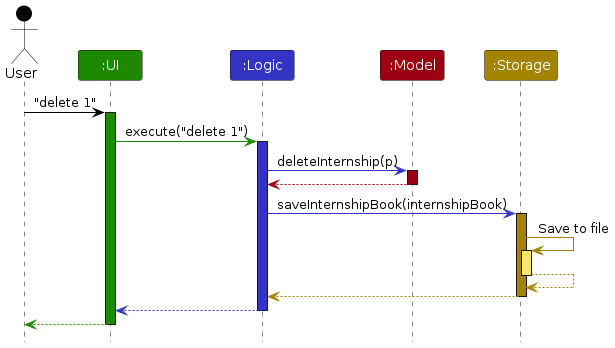
Above: diagrams/ArchitectureSequenceDiagram.png in AY2324S1-CS2103T-W17-1/tp (PlantUML), before the change. Its source is kept beside it as diagrams/ArchitectureSequenceDiagram.puml. Source of this version:
```plantuml
@startuml
!include style.puml
skinparam ArrowFontStyle plain

Actor User as user USER_COLOR
Participant ":UI" as ui UI_COLOR
Participant ":Logic" as logic LOGIC_COLOR
Participant ":Model" as model MODEL_COLOR
Participant ":Storage" as storage STORAGE_COLOR

user -[USER_COLOR]> ui : "delete 1"
activate ui UI_COLOR

ui -[UI_COLOR]> logic : execute("delete 1")
activate logic LOGIC_COLOR

logic -[LOGIC_COLOR]> model : deleteInternship(p)
activate model MODEL_COLOR

model -[MODEL_COLOR]-> logic
deactivate model

logic -[LOGIC_COLOR]> storage : saveInternshipBook(internshipBook)
activate storage STORAGE_COLOR

storage -[STORAGE_COLOR]> storage : Save to file
activate storage STORAGE_COLOR_T1
storage --[STORAGE_COLOR]> storage
deactivate storage

storage --[STORAGE_COLOR]> logic
deactivate storage

logic --[LOGIC_COLOR]> ui
deactivate logic

ui--[UI_COLOR]> user
deactivate ui
@enduml
```
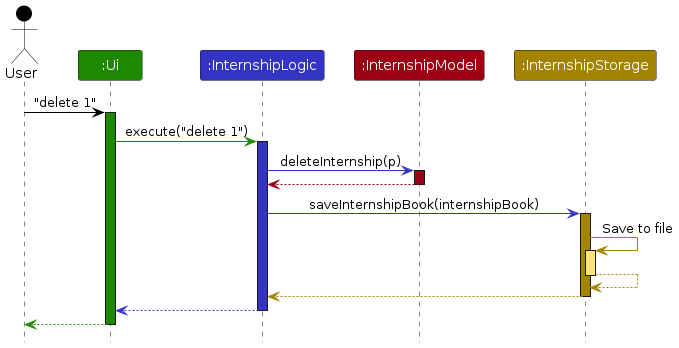
After the change.

Diff of the diagram source:
```diff
@@ -3,10 +3,10 @@
 skinparam ArrowFontStyle plain
 
 Actor User as user USER_COLOR
-Participant ":UI" as ui UI_COLOR
-Participant ":Logic" as logic LOGIC_COLOR
-Participant ":Model" as model MODEL_COLOR
-Participant ":Storage" as storage STORAGE_COLOR
+Participant ":Ui" as ui UI_COLOR
+Participant ":InternshipLogic" as logic LOGIC_COLOR
+Participant ":InternshipModel" as model MODEL_COLOR
+Participant ":InternshipStorage" as storage STORAGE_COLOR
 
 user -[USER_COLOR]> ui : "delete 1"
 activate ui UI_COLOR
```
